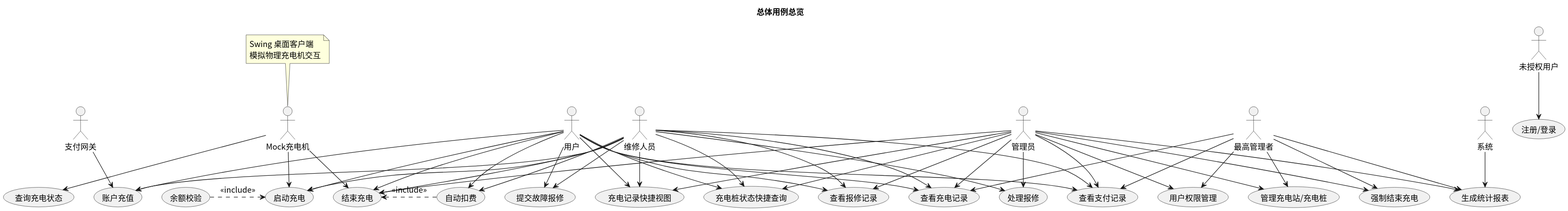
This is usecase/docs/overview/img/usecase_overall.svg from greenhandzdl/charging-station-doc, a PlantUML export, as it was before one commit.
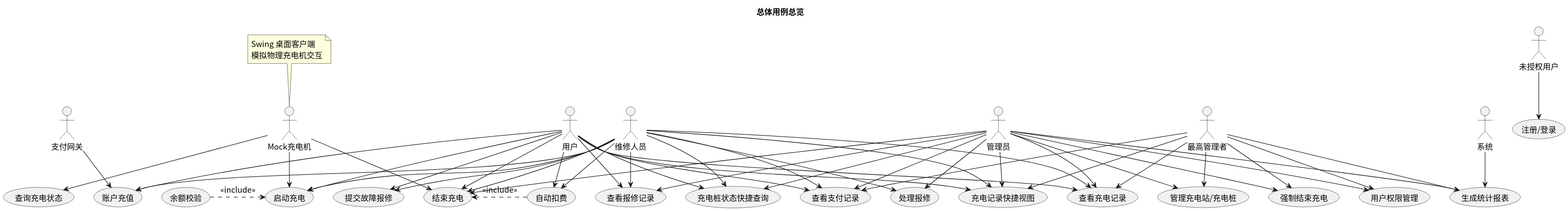
Later version of the same file.

The edit, as a diff of the source:
```diff
@@ -74,6 +74,7 @@
 SA --> FSC
 SA --> VPR
 SA --> VCR
+SA --> QV
 
 MC --> SC
 MC --> EC
```
